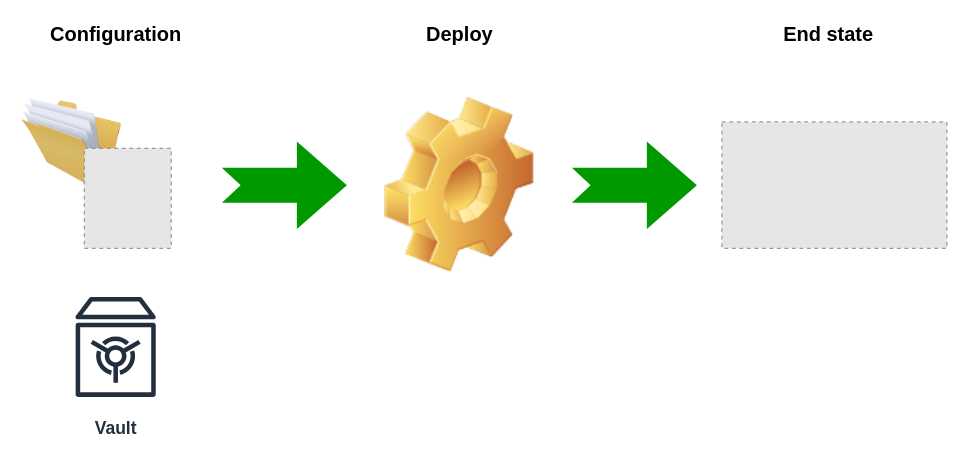
Earlier version of the draw.io diagram doc/src/pages/introduction/cpd-deployment.drawio (IBM/cloud-pak-deployer). Source tidied: cells renumbered, new cells numbered last; positions are measured from the earlier drawing's top-left corner, leaving out a move shared by most shapes. Both pictures are drawn from the tidied source at 125%, with x=0, y=0 at pixel (21, 21). Pictures stored in the file or linked from it are replaced by grey dashed boxes.
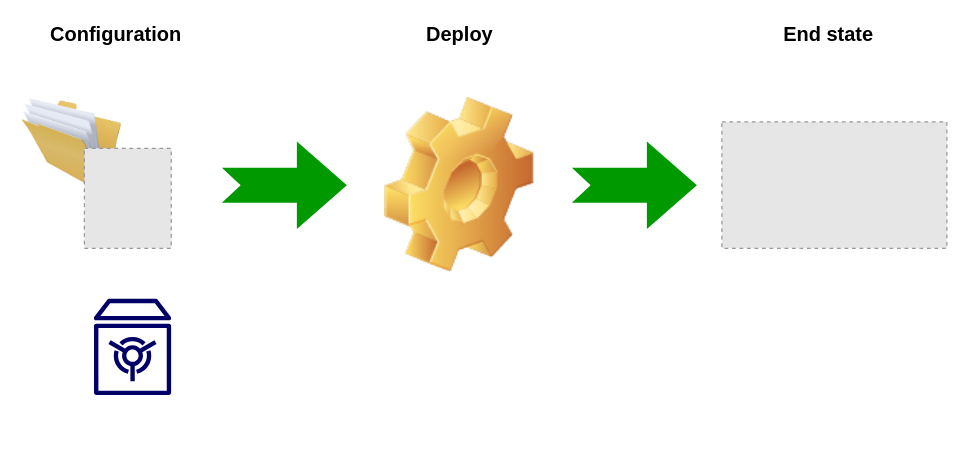
The same diagram, later.

Commit message (it also covers changes not shown here):
Transparent background

Diff of the diagram source:
```diff
@@
 <mxGraphModel>
   <root>
     <mxCell id="0" />
     <mxCell id="1" parent="0" />
     <mxCell id="2" style="fillColor=#E6E6E6;strokeColor=#999999;dashed=1;verticalLabelPosition=bottom;labelBackgroundColor=#ffffff;verticalAlign=top;" parent="1" vertex="1">
       <mxGeometry x="560" y="80" width="180" height="101.1" as="geometry" />
     </mxCell>
     <mxCell id="3" style="image;html=1;image=img/lib/clip_art/general/Full_Folder_128x128.png;" parent="1" vertex="1">
       <mxGeometry y="60" width="80" height="80" as="geometry" />
     </mxCell>
     <mxCell id="4" style="image;html=1;image=img/lib/clip_art/general/Gear_128x128.png;" parent="1" vertex="1">
       <mxGeometry x="270" y="60.6" width="160" height="140" as="geometry" />
     </mxCell>
     <mxCell id="5" style="fillColor=#E6E6E6;strokeColor=#999999;dashed=1;verticalLabelPosition=bottom;labelBackgroundColor=#ffffff;verticalAlign=top;" parent="1" vertex="1">
       <mxGeometry x="50" y="101.1" width="69.5" height="80" as="geometry" />
     </mxCell>
     <mxCell id="6" value="Configuration" style="text;html=1;align=center;verticalAlign=middle;strokeColor=none;fillColor=none;fontSize=16;fontStyle=1;" parent="1" vertex="1">
       <mxGeometry x="15" width="120" height="20" as="geometry" />
     </mxCell>
     <mxCell id="7" value="Deploy" style="text;html=1;align=center;verticalAlign=middle;strokeColor=none;fillColor=none;fontSize=16;fontStyle=1;" parent="1" vertex="1">
       <mxGeometry x="315" width="70" height="20" as="geometry" />
     </mxCell>
     <mxCell id="8" value="End state" style="text;html=1;align=center;verticalAlign=middle;strokeColor=none;fillColor=none;fontSize=16;fontStyle=1;" parent="1" vertex="1">
       <mxGeometry x="600" width="90" height="20" as="geometry" />
     </mxCell>
-    <mxCell id="9" value="Vault" style="sketch=0;fontColor=#232F3E;gradientColor=none;strokeColor=#232F3E;fillColor=#ffffff;dashed=0;verticalLabelPosition=bottom;verticalAlign=top;align=center;html=1;fontSize=14;fontStyle=1;shape=mxgraph.aws4.resourceIcon;resIcon=mxgraph.aws4.vault;" parent="1" vertex="1">
-      <mxGeometry x="25" y="210" width="100" height="100" as="geometry" />
-    </mxCell>
     <mxCell id="10" style="html=1;shadow=0;dashed=0;align=center;verticalAlign=middle;shape=mxgraph.arrows2.arrow;dy=0.6;dx=40;notch=15;fontSize=14;fillColor=#009900;strokeColor=none;" parent="1" vertex="1">
       <mxGeometry x="160" y="95.6" width="100" height="70" as="geometry" />
     </mxCell>
     <mxCell id="11" style="html=1;shadow=0;dashed=0;align=center;verticalAlign=middle;shape=mxgraph.arrows2.arrow;dy=0.6;dx=40;notch=15;fontSize=14;fillColor=#009900;strokeColor=none;" parent="1" vertex="1">
       <mxGeometry x="440" y="95.6" width="100" height="70" as="geometry" />
     </mxCell>
+    <mxCell id="12" style="sketch=0;fontColor=#232F3E;gradientColor=none;fillColor=#000066;strokeColor=none;dashed=0;verticalLabelPosition=bottom;verticalAlign=top;align=center;html=1;fontSize=12;fontStyle=0;shape=mxgraph.aws4.vault;" parent="1" vertex="1">
+      <mxGeometry x="57.5" y="221" width="62" height="78" as="geometry" />
+    </mxCell>
   </root>
 </mxGraphModel>
```
